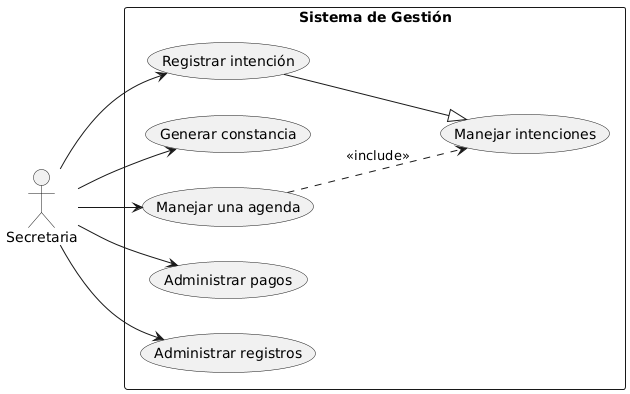
Before: Documentacion/casos de uso.png, a diagram exported from PlantUML (EGA-SUPREMO/Sistema-de-Gestion-Parroquial).
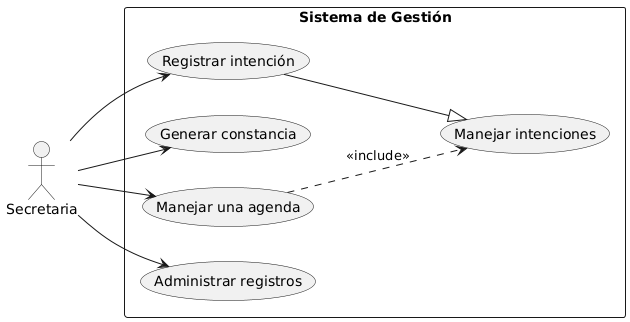
The same file after the commit.

Change to the diagram source:
```diff
@@ -8,14 +8,12 @@
   usecase "Generar constancia" as UC1
   usecase "Manejar una agenda" as UC2
   usecase "Manejar intenciones" as UC3
-  usecase "Administrar pagos" as UC4
   usecase "Administrar registros" as UC5
 }
 
 Secretaria --> UC1
 Secretaria --> UC2
 UC2 ..> UC3 : <<include>>
-Secretaria --> UC4
 Secretaria --> UC5
 Secretaria --> UC6
 UC6 --|> UC3
```
